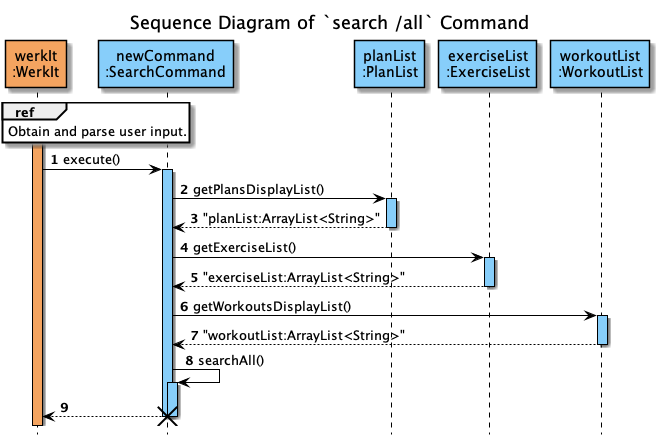
Above: docs/uml/sequenceDiagrams/search/images/searchAll.png in nus-cs2113-AY2122S2/tp (PlantUML), before the change.
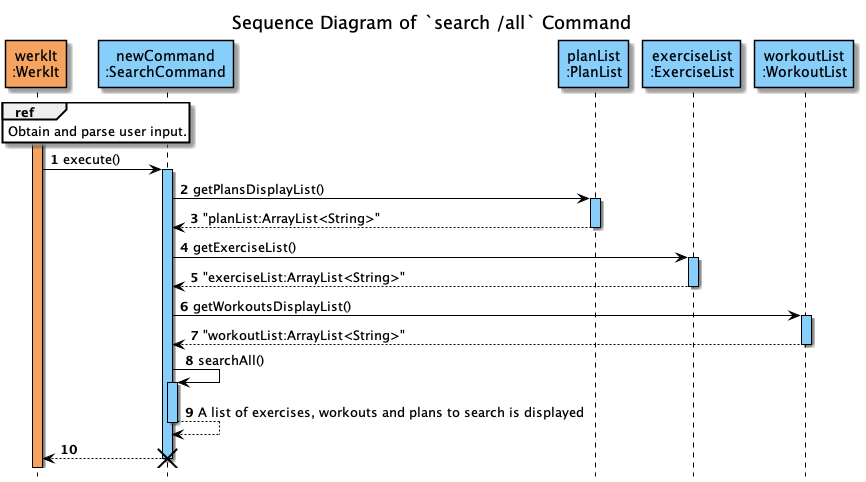
After the commit.

Commit message:
Final update on search sequence diagrams

Change to the diagram source:
```diff
@@ -43,6 +43,7 @@
 newCommand -> newCommand : searchAll()
 
 activate newCommand #LightSkyBlue
+return A list of exercises, workouts and plans to search is displayed
 
 newCommand --> WerkIt
 deactivate newCommand
```
